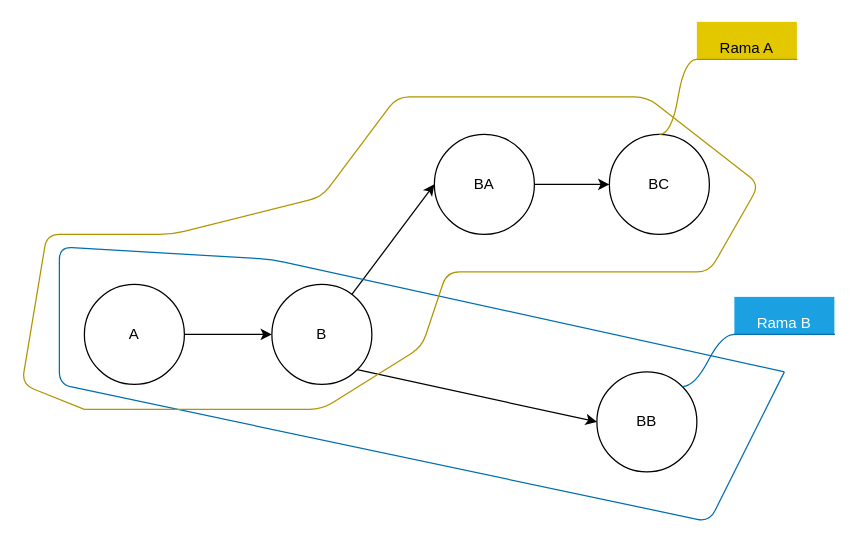
Calcoph/aprende-git keeps this draw.io diagram as page "4" (1 of 4) of diagramas/branch.drawio. Above is the earlier version. Source tidied: cells renumbered, new cells numbered last; positions are measured from the earlier drawing's top-left corner, leaving out a move shared by most shapes. Both pictures are drawn from the tidied source at 125%, with x=0, y=0 at pixel (21, 21).
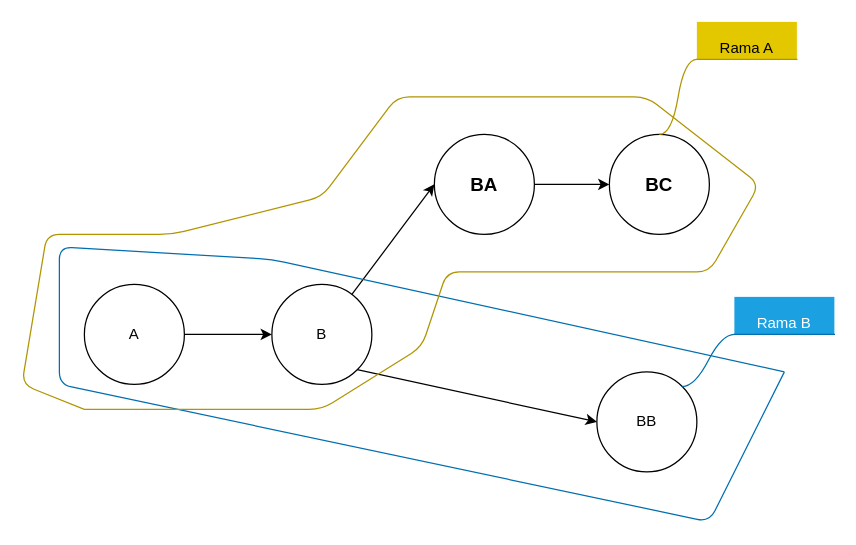
The same page after the edit.

Diff of the diagram source:
```diff
@@
-    <mxCell id="8" value="BA" style="ellipse;whiteSpace=wrap;html=1;" parent="1" vertex="1">
+    <mxCell id="8" value="BA" style="ellipse;whiteSpace=wrap;html=1;fontStyle=1;fontSize=15;" parent="1" vertex="1">
       <mxGeometry x="330" y="90" width="80" height="80" as="geometry" />
     </mxCell>
@@
-    <mxCell id="10" value="BC" style="ellipse;whiteSpace=wrap;html=1;" parent="1" vertex="1">
+    <mxCell id="10" value="BC" style="ellipse;whiteSpace=wrap;html=1;fontStyle=1;fontSize=15;" parent="1" vertex="1">
       <mxGeometry x="470" y="90" width="80" height="80" as="geometry" />
     </mxCell>
```
